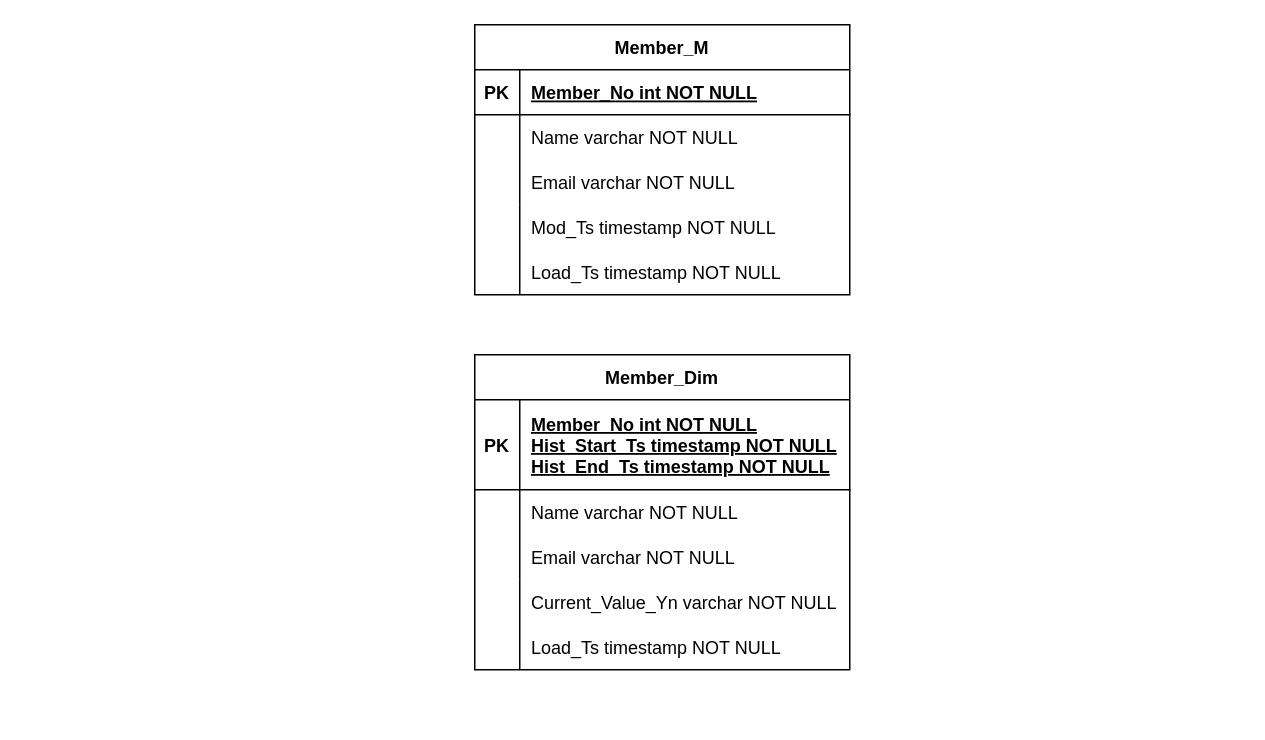
This is DW-pj.drawio from Gbuum/dw-pj, a draw.io file, before an edit. Source tidied: cells renumbered, new cells numbered last; positions are measured from the earlier drawing's top-left corner, leaving out a move shared by most shapes. Both pictures are drawn from the tidied source at 150%, with x=0, y=0 at pixel (474, 24).
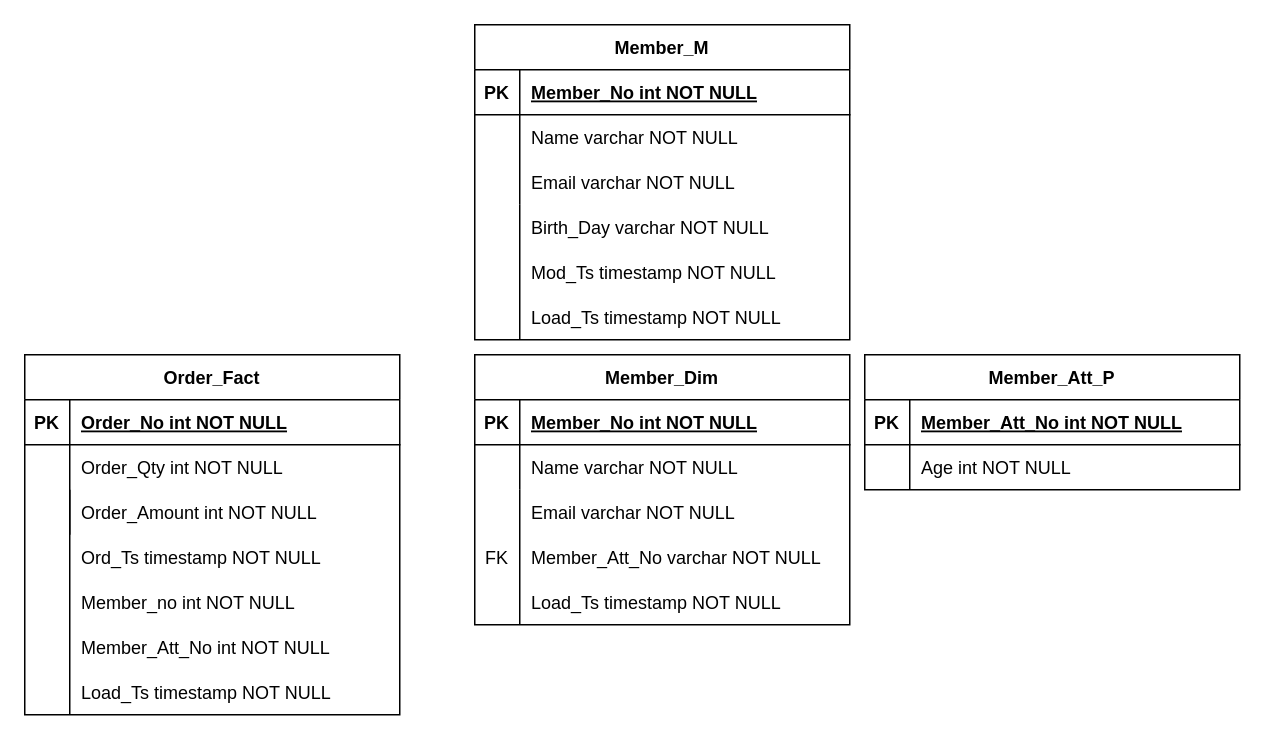
After the change.

Diff of the diagram source:
```diff
@@
     <mxCell id="2" value="Member_M" style="shape=table;startSize=30;childLayout=tableLayout;rowLines=0;fontStyle=1;align=center;" parent="1" vertex="1">
-      <mxGeometry width="250" height="180" as="geometry" />
+      <mxGeometry width="250" height="210" as="geometry" />
     </mxCell>
@@
-    <mxCell id="12" value="Mod_Ts timestamp NOT NULL" style="shape=partialRectangle;overflow=hidden;fillColor=none;top=0;left=0;bottom=0;right=0;align=left;spacingLeft=6;" parent="1" vertex="1">
+    <mxCell id="12" value="Birth_Day varchar NOT NULL" style="shape=partialRectangle;overflow=hidden;fillColor=none;top=0;left=0;bottom=0;right=0;align=left;spacingLeft=6;" parent="1" vertex="1">
       <mxGeometry x="30" y="120" width="220" height="30" as="geometry" />
     </mxCell>
-    <mxCell id="13" value="Load_Ts timestamp NOT NULL" style="shape=partialRectangle;overflow=hidden;fillColor=none;top=0;left=0;bottom=0;right=0;align=left;spacingLeft=6;" parent="1" vertex="1">
+    <mxCell id="13" value="Mod_Ts timestamp NOT NULL" style="shape=partialRectangle;overflow=hidden;fillColor=none;top=0;left=0;bottom=0;right=0;align=left;spacingLeft=6;" parent="1" vertex="1">
       <mxGeometry x="30" y="150" width="220" height="30" as="geometry" />
     </mxCell>
     <mxCell id="14" style="endArrow=none;html=1;rounded=0;" parent="1" edge="1">
       <mxGeometry relative="1" as="geometry">
-        <mxPoint x="30" y="180" as="sourcePoint" />
+        <mxPoint x="30" y="210" as="sourcePoint" />
         <mxPoint x="30" y="120" as="targetPoint" />
       </mxGeometry>
     </mxCell>
     <mxCell id="15" value="Member_Dim" style="shape=table;startSize=30;childLayout=tableLayout;rowLines=0;fontStyle=1;align=center;" parent="1" vertex="1">
-      <mxGeometry y="220" width="250" height="210" as="geometry" />
+      <mxGeometry y="220" width="250" height="180" as="geometry" />
     </mxCell>
     <mxCell id="16" style="shape=partialRectangle;fillColor=none;top=0;left=0;right=0;bottom=1;" parent="15" vertex="1">
-      <mxGeometry y="30" width="250" height="60" as="geometry" />
+      <mxGeometry y="30" width="250" height="30" as="geometry" />
     </mxCell>
     <mxCell id="17" value="PK" style="shape=partialRectangle;overflow=hidden;fillColor=none;top=0;left=0;bottom=0;right=0;fontStyle=1;" parent="16" vertex="1">
-      <mxGeometry width="30" height="60" as="geometry" />
+      <mxGeometry width="30" height="30" as="geometry" />
     </mxCell>
-    <mxCell id="18" value="Member_No int NOT NULL &#10;Hist_Start_Ts timestamp NOT NULL&#10;Hist_End_Ts timestamp NOT NULL" style="shape=partialRectangle;overflow=hidden;fillColor=none;top=0;left=0;bottom=0;right=0;align=left;spacingLeft=6;fontStyle=5;spacing=2;" parent="16" vertex="1">
-      <mxGeometry x="30" width="220" height="60" as="geometry" />
+    <mxCell id="18" value="Member_No int NOT NULL" style="shape=partialRectangle;overflow=hidden;fillColor=none;top=0;left=0;bottom=0;right=0;align=left;spacingLeft=6;fontStyle=5;spacing=2;" parent="16" vertex="1">
+      <mxGeometry x="30" width="220" height="30" as="geometry" />
     </mxCell>
     <mxCell id="19" style="shape=partialRectangle;fillColor=none;top=0;left=0;right=0;bottom=0;" parent="15" vertex="1">
-      <mxGeometry y="90" width="250" height="30" as="geometry" />
+      <mxGeometry y="60" width="250" height="30" as="geometry" />
     </mxCell>
@@
-    <mxCell id="22" style="shape=partialRectangle;fillColor=none;top=0;left=0;right=0;bottom=0;" parent="15" vertex="1">
-      <mxGeometry y="120" width="250" height="30" as="geometry" />
-    </mxCell>
-    <mxCell id="23" style="shape=partialRectangle;overflow=hidden;fillColor=none;top=0;left=0;bottom=0;right=0;" parent="22" vertex="1">
-      <mxGeometry width="30" height="30" as="geometry" />
-    </mxCell>
-    <mxCell id="24" value="Email varchar NOT NULL" style="shape=partialRectangle;overflow=hidden;fillColor=none;top=0;left=0;bottom=0;right=0;align=left;spacingLeft=6;" parent="22" vertex="1">
-      <mxGeometry x="30" width="220" height="30" as="geometry" />
-    </mxCell>
-    <mxCell id="25" value="Current_Value_Yn varchar NOT NULL" style="shape=partialRectangle;overflow=hidden;fillColor=none;top=0;left=0;bottom=0;right=0;align=left;spacingLeft=6;" parent="1" vertex="1">
-      <mxGeometry x="30" y="370" width="220" height="30" as="geometry" />
-    </mxCell>
     <mxCell id="26" style="endArrow=none;html=1;rounded=0;" parent="1" edge="1">
       <mxGeometry relative="1" as="geometry">
-        <mxPoint x="30" y="430" as="sourcePoint" />
-        <mxPoint x="30" y="370" as="targetPoint" />
+        <mxPoint x="30" y="400" as="sourcePoint" />
+        <mxPoint x="30" y="310" as="targetPoint" />
       </mxGeometry>
     </mxCell>
     <mxCell id="27" value="Load_Ts timestamp NOT NULL" style="shape=partialRectangle;overflow=hidden;fillColor=none;top=0;left=0;bottom=0;right=0;align=left;spacingLeft=6;" parent="1" vertex="1">
-      <mxGeometry x="30" y="400" width="220" height="30" as="geometry" />
+      <mxGeometry x="30" y="370" width="220" height="30" as="geometry" />
     </mxCell>
+    <mxCell id="24" value="Email varchar NOT NULL" style="shape=partialRectangle;overflow=hidden;fillColor=none;top=0;left=0;bottom=0;right=0;align=left;spacingLeft=6;" parent="1" vertex="1">
+      <mxGeometry x="30" y="310" width="220" height="30" as="geometry" />
+    </mxCell>
+    <mxCell id="28" value="Member_Att_P" style="shape=table;startSize=30;childLayout=tableLayout;rowLines=0;fontStyle=1;align=center;" parent="1" vertex="1">
+      <mxGeometry x="260" y="220" width="250" height="90" as="geometry" />
+    </mxCell>
+    <mxCell id="29" style="shape=partialRectangle;fillColor=none;top=0;left=0;right=0;bottom=1;" parent="28" vertex="1">
+      <mxGeometry y="30" width="250" height="30" as="geometry" />
+    </mxCell>
+    <mxCell id="30" value="PK" style="shape=partialRectangle;overflow=hidden;fillColor=none;top=0;left=0;bottom=0;right=0;fontStyle=1;" parent="29" vertex="1">
+      <mxGeometry width="30" height="30" as="geometry" />
+    </mxCell>
+    <mxCell id="31" value="Member_Att_No int NOT NULL" style="shape=partialRectangle;overflow=hidden;fillColor=none;top=0;left=0;bottom=0;right=0;align=left;spacingLeft=6;fontStyle=5;spacing=2;" parent="29" vertex="1">
+      <mxGeometry x="30" width="220" height="30" as="geometry" />
+    </mxCell>
+    <mxCell id="32" style="shape=partialRectangle;fillColor=none;top=0;left=0;right=0;bottom=0;" parent="28" vertex="1">
+      <mxGeometry y="60" width="250" height="30" as="geometry" />
+    </mxCell>
+    <mxCell id="33" style="shape=partialRectangle;overflow=hidden;fillColor=none;top=0;left=0;bottom=0;right=0;" parent="32" vertex="1">
+      <mxGeometry width="30" height="30" as="geometry" />
+    </mxCell>
+    <mxCell id="34" value="Age int NOT NULL" style="shape=partialRectangle;overflow=hidden;fillColor=none;top=0;left=0;bottom=0;right=0;align=left;spacingLeft=6;" parent="32" vertex="1">
+      <mxGeometry x="30" width="220" height="30" as="geometry" />
+    </mxCell>
+    <mxCell id="35" value="Order_Fact" style="shape=table;startSize=30;childLayout=tableLayout;rowLines=0;fontStyle=1;align=center;" parent="1" vertex="1">
+      <mxGeometry x="-300" y="220" width="250" height="240" as="geometry" />
+    </mxCell>
+    <mxCell id="36" style="shape=partialRectangle;fillColor=none;top=0;left=0;right=0;bottom=1;" parent="35" vertex="1">
+      <mxGeometry y="30" width="250" height="30" as="geometry" />
+    </mxCell>
+    <mxCell id="37" value="PK" style="shape=partialRectangle;overflow=hidden;fillColor=none;top=0;left=0;bottom=0;right=0;fontStyle=1;" parent="36" vertex="1">
+      <mxGeometry width="30" height="30" as="geometry" />
+    </mxCell>
+    <mxCell id="38" value="Order_No int NOT NULL" style="shape=partialRectangle;overflow=hidden;fillColor=none;top=0;left=0;bottom=0;right=0;align=left;spacingLeft=6;fontStyle=5;spacing=2;" parent="36" vertex="1">
+      <mxGeometry x="30" width="220" height="30" as="geometry" />
+    </mxCell>
+    <mxCell id="39" style="shape=partialRectangle;fillColor=none;points=[[0,0.5],[1,0.5]];portConstraint=eastwest;top=0;left=0;right=0;bottom=0;" parent="35" vertex="1">
+      <mxGeometry y="60" width="250" height="30" as="geometry" />
+    </mxCell>
+    <mxCell id="40" style="shape=partialRectangle;overflow=hidden;fillColor=none;top=0;left=0;bottom=0;right=0;" parent="39" vertex="1">
+      <mxGeometry width="30" height="30" as="geometry" />
+    </mxCell>
+    <mxCell id="41" value="Order_Qty int NOT NULL" style="shape=partialRectangle;overflow=hidden;fillColor=none;top=0;left=0;bottom=0;right=0;align=left;spacingLeft=6;" parent="39" vertex="1">
+      <mxGeometry x="30" width="220" height="30" as="geometry" />
+    </mxCell>
+    <mxCell id="42" style="shape=partialRectangle;fillColor=none;top=0;left=0;right=0;bottom=0;" parent="35" vertex="1">
+      <mxGeometry y="90" width="250" height="30" as="geometry" />
+    </mxCell>
+    <mxCell id="43" style="shape=partialRectangle;overflow=hidden;fillColor=none;top=0;left=0;bottom=0;right=0;" parent="42" vertex="1">
+      <mxGeometry width="30" height="30" as="geometry" />
+    </mxCell>
+    <mxCell id="44" value="Order_Amount int NOT NULL" style="shape=partialRectangle;overflow=hidden;fillColor=none;top=0;left=0;bottom=0;right=0;align=left;spacingLeft=6;" parent="42" vertex="1">
+      <mxGeometry x="30" width="220" height="30" as="geometry" />
+    </mxCell>
+    <mxCell id="45" style="endArrow=none;html=1;rounded=0;entryX=0.12;entryY=1;entryDx=0;entryDy=0;entryPerimeter=0;" parent="1" edge="1" target="39">
+      <mxGeometry relative="1" as="geometry">
+        <mxPoint x="-270" y="460" as="sourcePoint" />
+      </mxGeometry>
+    </mxCell>
+    <mxCell id="46" value="Member_Att_No int NOT NULL" style="shape=partialRectangle;overflow=hidden;fillColor=none;top=0;left=0;bottom=0;right=0;align=left;spacingLeft=6;" parent="1" vertex="1">
+      <mxGeometry x="-270" y="400" width="220" height="30" as="geometry" />
+    </mxCell>
+    <mxCell id="47" value="Ord_Ts timestamp NOT NULL" style="shape=partialRectangle;overflow=hidden;fillColor=none;top=0;left=0;bottom=0;right=0;align=left;spacingLeft=6;" parent="1" vertex="1">
+      <mxGeometry x="-270" y="340" width="220" height="30" as="geometry" />
+    </mxCell>
+    <mxCell id="48" value="Member_no int NOT NULL" style="shape=partialRectangle;overflow=hidden;fillColor=none;top=0;left=0;bottom=0;right=0;align=left;spacingLeft=6;" parent="1" vertex="1">
+      <mxGeometry x="-270" y="370" width="220" height="30" as="geometry" />
+    </mxCell>
+    <mxCell id="49" value="Load_Ts timestamp NOT NULL" style="shape=partialRectangle;overflow=hidden;fillColor=none;top=0;left=0;bottom=0;right=0;align=left;spacingLeft=6;" parent="1" vertex="1">
+      <mxGeometry x="-270" y="430" width="220" height="30" as="geometry" />
+    </mxCell>
+    <mxCell id="50" value="Member_Att_No varchar NOT NULL" style="shape=partialRectangle;overflow=hidden;fillColor=none;top=0;left=0;bottom=0;right=0;align=left;spacingLeft=6;" parent="1" vertex="1">
+      <mxGeometry x="30" y="340" width="220" height="30" as="geometry" />
+    </mxCell>
+    <mxCell id="51" value="FK" style="shape=partialRectangle;overflow=hidden;fillColor=none;top=0;left=0;bottom=0;right=0;fontStyle=0;" parent="1" vertex="1">
+      <mxGeometry y="340" width="30" height="30" as="geometry" />
+    </mxCell>
+    <mxCell id="52" value="Load_Ts timestamp NOT NULL" style="shape=partialRectangle;overflow=hidden;fillColor=none;top=0;left=0;bottom=0;right=0;align=left;spacingLeft=6;" parent="1" vertex="1">
+      <mxGeometry x="30" y="180" width="220" height="30" as="geometry" />
+    </mxCell>
```
